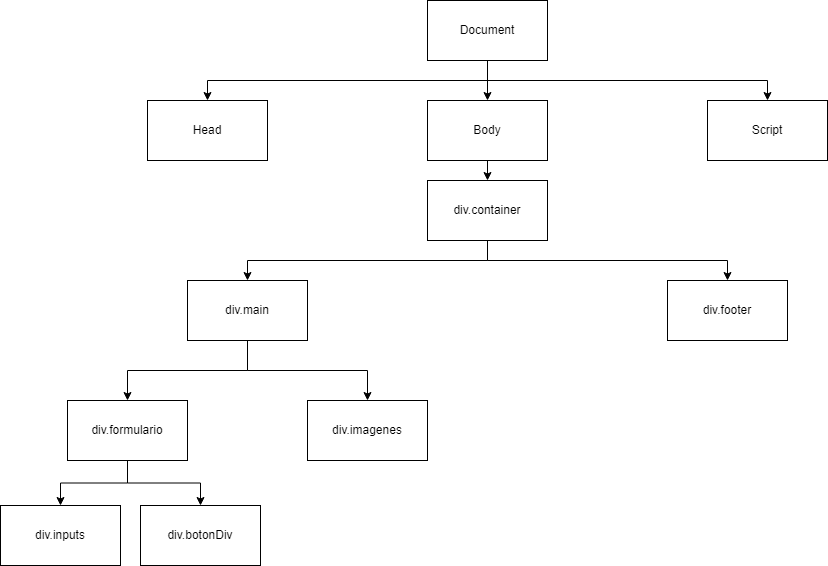
Before: UT3/TE3/screenshots/Diagrama indexHtml.png, a diagram exported from draw.io (LukaLaKuka/dpl22-23). Source tidied: cells renumbered, new cells last; positions are measured from the earlier drawing's top-left corner, leaving out a move shared by most shapes.
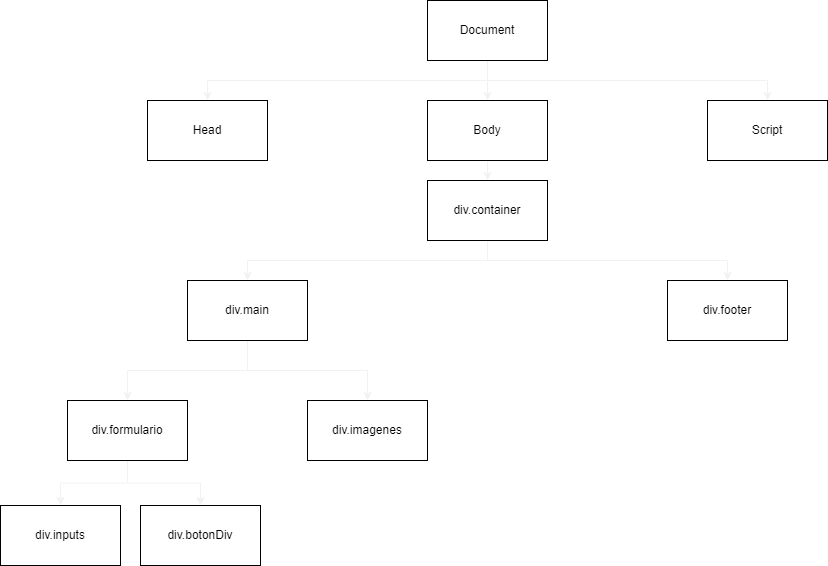
After the change.

Diff of the diagram source:
```diff
@@ -2,13 +2,13 @@
   <root>
     <mxCell id="0" />
     <mxCell id="1" parent="0" />
-    <mxCell id="2" style="edgeStyle=orthogonalEdgeStyle;rounded=0;jettySize=auto;html=1;exitX=0.5;exitY=1;exitDx=0;exitDy=0;entryX=0.5;entryY=0;entryDx=0;entryDy=0;" parent="1" edge="1" source="5" target="8">
+    <mxCell id="2" style="edgeStyle=orthogonalEdgeStyle;rounded=0;jettySize=auto;html=1;exitX=0.5;exitY=1;exitDx=0;exitDy=0;entryX=0.5;entryY=0;entryDx=0;entryDy=0;strokeColor=#F2F2F2;" parent="1" edge="1" source="5" target="8">
       <mxGeometry relative="1" as="geometry" />
     </mxCell>
-    <mxCell id="3" style="edgeStyle=orthogonalEdgeStyle;rounded=0;jettySize=auto;html=1;exitX=0.5;exitY=1;exitDx=0;exitDy=0;entryX=0.5;entryY=0;entryDx=0;entryDy=0;" parent="1" edge="1" source="5" target="16">
+    <mxCell id="3" style="edgeStyle=orthogonalEdgeStyle;rounded=0;jettySize=auto;html=1;exitX=0.5;exitY=1;exitDx=0;exitDy=0;entryX=0.5;entryY=0;entryDx=0;entryDy=0;strokeColor=#F2F2F2;" parent="1" edge="1" source="5" target="16">
       <mxGeometry relative="1" as="geometry" />
     </mxCell>
-    <mxCell id="4" style="edgeStyle=orthogonalEdgeStyle;rounded=0;jettySize=auto;html=1;exitX=0.5;exitY=1;exitDx=0;exitDy=0;entryX=0.5;entryY=0;entryDx=0;entryDy=0;" parent="1" edge="1" source="5" target="6">
+    <mxCell id="4" style="edgeStyle=orthogonalEdgeStyle;rounded=0;jettySize=auto;html=1;exitX=0.5;exitY=1;exitDx=0;exitDy=0;entryX=0.5;entryY=0;entryDx=0;entryDy=0;strokeColor=#F2F2F2;" parent="1" edge="1" source="5" target="6">
       <mxGeometry relative="1" as="geometry" />
     </mxCell>
     <mxCell id="5" value="Document" style="rounded=0;whiteSpace=wrap;html=1;" parent="1" vertex="1">
@@ -17,25 +17,25 @@
     <mxCell id="6" value="Head" style="rounded=0;whiteSpace=wrap;html=1;" parent="1" vertex="1">
       <mxGeometry x="147" y="100" width="120" height="60" as="geometry" />
     </mxCell>
-    <mxCell id="7" style="edgeStyle=orthogonalEdgeStyle;rounded=0;jettySize=auto;html=1;exitX=0.5;exitY=1;exitDx=0;exitDy=0;entryX=0.5;entryY=0;entryDx=0;entryDy=0;" parent="1" edge="1" source="8" target="11">
+    <mxCell id="7" style="edgeStyle=orthogonalEdgeStyle;rounded=0;jettySize=auto;html=1;exitX=0.5;exitY=1;exitDx=0;exitDy=0;entryX=0.5;entryY=0;entryDx=0;entryDy=0;strokeColor=#F2F2F2;" parent="1" edge="1" source="8" target="11">
       <mxGeometry relative="1" as="geometry" />
     </mxCell>
     <mxCell id="8" value="Body" style="rounded=0;whiteSpace=wrap;html=1;" parent="1" vertex="1">
       <mxGeometry x="427" y="100" width="120" height="60" as="geometry" />
     </mxCell>
-    <mxCell id="9" style="edgeStyle=orthogonalEdgeStyle;rounded=0;jettySize=auto;html=1;exitX=0.5;exitY=1;exitDx=0;exitDy=0;entryX=0.5;entryY=0;entryDx=0;entryDy=0;" parent="1" edge="1" source="11" target="14">
+    <mxCell id="9" style="edgeStyle=orthogonalEdgeStyle;rounded=0;jettySize=auto;html=1;exitX=0.5;exitY=1;exitDx=0;exitDy=0;entryX=0.5;entryY=0;entryDx=0;entryDy=0;strokeColor=#F2F2F2;" parent="1" edge="1" source="11" target="14">
       <mxGeometry relative="1" as="geometry" />
     </mxCell>
-    <mxCell id="10" style="edgeStyle=orthogonalEdgeStyle;rounded=0;jettySize=auto;html=1;exitX=0.5;exitY=1;exitDx=0;exitDy=0;entryX=0.5;entryY=0;entryDx=0;entryDy=0;" parent="1" edge="1" source="11" target="15">
+    <mxCell id="10" style="edgeStyle=orthogonalEdgeStyle;rounded=0;jettySize=auto;html=1;exitX=0.5;exitY=1;exitDx=0;exitDy=0;entryX=0.5;entryY=0;entryDx=0;entryDy=0;strokeColor=#F2F2F2;" parent="1" edge="1" source="11" target="15">
       <mxGeometry relative="1" as="geometry" />
     </mxCell>
     <mxCell id="11" value="div.container" style="rounded=0;whiteSpace=wrap;html=1;" parent="1" vertex="1">
       <mxGeometry x="427" y="180" width="120" height="60" as="geometry" />
     </mxCell>
-    <mxCell id="12" style="edgeStyle=orthogonalEdgeStyle;rounded=0;jettySize=auto;html=1;exitX=0.5;exitY=1;exitDx=0;exitDy=0;entryX=0.5;entryY=0;entryDx=0;entryDy=0;" parent="1" edge="1" source="14" target="20">
+    <mxCell id="12" style="edgeStyle=orthogonalEdgeStyle;rounded=0;jettySize=auto;html=1;exitX=0.5;exitY=1;exitDx=0;exitDy=0;entryX=0.5;entryY=0;entryDx=0;entryDy=0;strokeColor=#F2F2F2;" parent="1" edge="1" source="14" target="20">
       <mxGeometry relative="1" as="geometry" />
     </mxCell>
-    <mxCell id="13" style="edgeStyle=orthogonalEdgeStyle;rounded=0;jettySize=auto;html=1;exitX=0.5;exitY=1;exitDx=0;exitDy=0;entryX=0.5;entryY=0;entryDx=0;entryDy=0;" parent="1" edge="1" source="14" target="19">
+    <mxCell id="13" style="edgeStyle=orthogonalEdgeStyle;rounded=0;jettySize=auto;html=1;exitX=0.5;exitY=1;exitDx=0;exitDy=0;entryX=0.5;entryY=0;entryDx=0;entryDy=0;strokeColor=#F2F2F2;" parent="1" edge="1" source="14" target="19">
       <mxGeometry relative="1" as="geometry" />
     </mxCell>
     <mxCell id="14" value="div.main" style="rounded=0;whiteSpace=wrap;html=1;" parent="1" vertex="1">
@@ -47,10 +47,10 @@
     <mxCell id="16" value="Script" style="rounded=0;whiteSpace=wrap;html=1;" parent="1" vertex="1">
       <mxGeometry x="707" y="100" width="120" height="60" as="geometry" />
     </mxCell>
-    <mxCell id="17" style="edgeStyle=orthogonalEdgeStyle;rounded=0;jettySize=auto;html=1;exitX=0.5;exitY=1;exitDx=0;exitDy=0;entryX=0.5;entryY=0;entryDx=0;entryDy=0;" parent="1" edge="1" source="19" target="22">
+    <mxCell id="17" style="edgeStyle=orthogonalEdgeStyle;rounded=0;jettySize=auto;html=1;exitX=0.5;exitY=1;exitDx=0;exitDy=0;entryX=0.5;entryY=0;entryDx=0;entryDy=0;strokeColor=#F2F2F2;" parent="1" edge="1" source="19" target="22">
       <mxGeometry relative="1" as="geometry" />
     </mxCell>
-    <mxCell id="18" style="edgeStyle=orthogonalEdgeStyle;rounded=0;jettySize=auto;html=1;exitX=0.5;exitY=1;exitDx=0;exitDy=0;entryX=0.5;entryY=0;entryDx=0;entryDy=0;" parent="1" edge="1" source="19" target="21">
+    <mxCell id="18" style="edgeStyle=orthogonalEdgeStyle;rounded=0;jettySize=auto;html=1;exitX=0.5;exitY=1;exitDx=0;exitDy=0;entryX=0.5;entryY=0;entryDx=0;entryDy=0;strokeColor=#F2F2F2;" parent="1" edge="1" source="19" target="21">
       <mxGeometry relative="1" as="geometry" />
     </mxCell>
     <mxCell id="19" value="div.formulario" style="rounded=0;whiteSpace=wrap;html=1;" parent="1" vertex="1">
```
